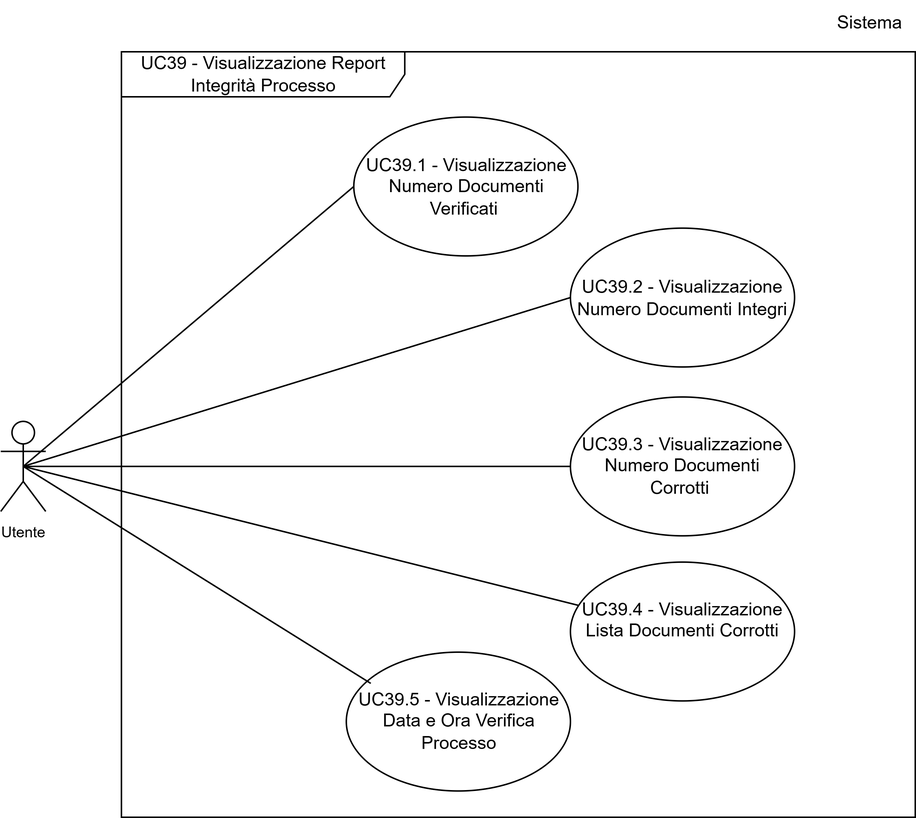
7-ZPUs/Docs keeps this draw.io diagram as assets/uml/IncUC39.png. Above is the earlier version. Source tidied: cells renumbered, new cells last; positions are measured from the earlier drawing's top-left corner, leaving out a move shared by most shapes. The source it was exported from:
```xml
<mxGraphModel>
  <root>
    <mxCell id="0" />
    <mxCell id="1" parent="0" />
    <mxCell id="2" value="&lt;div&gt;UC39.1 - Visualizzazione Numero Documenti Verificati&amp;nbsp;&lt;/div&gt;" style="ellipse;whiteSpace=wrap;html=1;" parent="1" vertex="1">
      <mxGeometry x="235.5" y="77.5" width="149.5" height="92.5" as="geometry" />
    </mxCell>
    <mxCell id="3" style="rounded=0;jettySize=auto;html=1;entryX=0;entryY=0.5;entryDx=0;entryDy=0;strokeColor=default;endArrow=none;endFill=0;exitX=0.5;exitY=0.5;exitDx=0;exitDy=0;exitPerimeter=0;" parent="1" edge="1" source="13" target="2">
      <mxGeometry relative="1" as="geometry" />
    </mxCell>
    <mxCell id="4" value="UC39 - Visualizzazione Report Integrità Processo" style="shape=umlFrame;whiteSpace=wrap;html=1;width=189;height=30;" parent="1" vertex="1">
      <mxGeometry x="80.5" y="34" width="529.5" height="510" as="geometry" />
    </mxCell>
    <mxCell id="5" value="&lt;div&gt;UC39.2 - Visualizzazione Numero Documenti Integri&lt;/div&gt;" style="ellipse;whiteSpace=wrap;html=1;" parent="1" vertex="1">
      <mxGeometry x="380" y="151.5" width="149.5" height="92.5" as="geometry" />
    </mxCell>
    <mxCell id="6" style="rounded=0;jettySize=auto;html=1;entryX=0;entryY=0.5;entryDx=0;entryDy=0;strokeColor=default;endArrow=none;endFill=0;exitX=0.5;exitY=0.5;exitDx=0;exitDy=0;exitPerimeter=0;" parent="1" edge="1" source="13" target="5">
      <mxGeometry relative="1" as="geometry" />
    </mxCell>
    <mxCell id="7" value="&lt;div&gt;UC39.3 - Visualizzazione Numero Documenti Corrotti&amp;nbsp;&lt;/div&gt;" style="ellipse;whiteSpace=wrap;html=1;" parent="1" vertex="1">
      <mxGeometry x="380" y="264" width="149.5" height="92.5" as="geometry" />
    </mxCell>
    <mxCell id="8" style="rounded=0;jettySize=auto;html=1;entryX=0;entryY=0.5;entryDx=0;entryDy=0;strokeColor=default;endArrow=none;endFill=0;exitX=0.5;exitY=0.5;exitDx=0;exitDy=0;exitPerimeter=0;" parent="1" edge="1" source="13" target="7">
      <mxGeometry relative="1" as="geometry" />
    </mxCell>
    <mxCell id="9" value=" UC39.4 - Visualizzazione Lista Documenti Corrotti&lt;div&gt;&lt;br/&gt;&lt;/div&gt;" style="ellipse;whiteSpace=wrap;html=1;" parent="1" vertex="1">
      <mxGeometry x="380" y="374" width="149.5" height="92.5" as="geometry" />
    </mxCell>
    <mxCell id="10" style="rounded=0;jettySize=auto;html=1;strokeColor=default;endArrow=none;endFill=0;exitX=0.5;exitY=0.5;exitDx=0;exitDy=0;exitPerimeter=0;" parent="1" edge="1" source="13" target="9">
      <mxGeometry relative="1" as="geometry" />
    </mxCell>
    <mxCell id="11" value="UC39.5 - Visualizzazione Data e Ora Verifica Processo" style="ellipse;whiteSpace=wrap;html=1;" parent="1" vertex="1">
      <mxGeometry x="230.5" y="434" width="149.5" height="92.5" as="geometry" />
    </mxCell>
    <mxCell id="12" style="rounded=0;jettySize=auto;html=1;entryX=0.109;entryY=0.225;entryDx=0;entryDy=0;strokeColor=default;endArrow=none;endFill=0;entryPerimeter=0;exitX=0.5;exitY=0.5;exitDx=0;exitDy=0;exitPerimeter=0;" parent="1" edge="1" source="13" target="11">
      <mxGeometry relative="1" as="geometry" />
    </mxCell>
    <mxCell id="13" value="&lt;font style=&quot;font-size: 10px;&quot;&gt;Utente&lt;/font&gt;" style="shape=umlActor;verticalLabelPosition=bottom;verticalAlign=top;html=1;outlineConnect=0;" parent="1" vertex="1">
      <mxGeometry y="280.2" width="30" height="60" as="geometry" />
    </mxCell>
    <mxCell id="14" value="&lt;font style=&quot;font-size: 12px;&quot;&gt;Sistema&lt;/font&gt;" style="text;html=1;whiteSpace=wrap;strokeColor=none;fillColor=none;align=center;verticalAlign=middle;rounded=0;fontSize=10;" parent="1" vertex="1">
      <mxGeometry x="550" width="60" height="30" as="geometry" />
    </mxCell>
  </root>
</mxGraphModel>
```
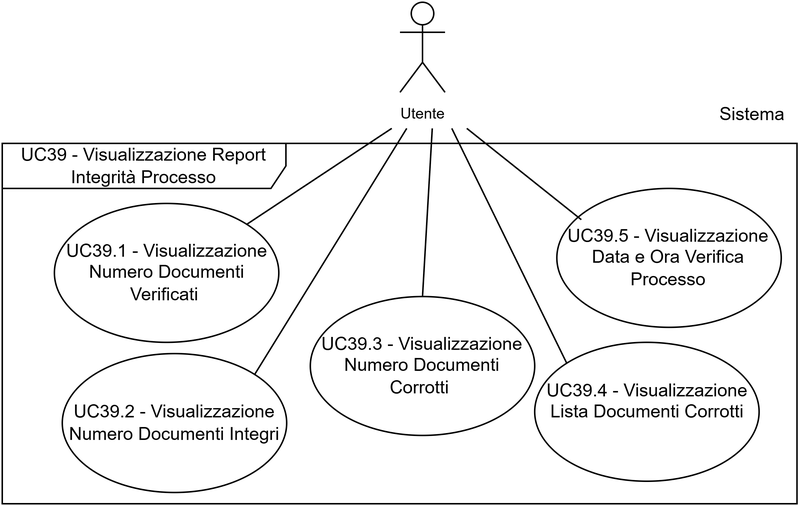
After the change.

What changed in the source:
```diff
@@ -3,43 +3,53 @@
     <mxCell id="0" />
     <mxCell id="1" parent="0" />
     <mxCell id="2" value="&lt;div&gt;UC39.1 - Visualizzazione Numero Documenti Verificati&amp;nbsp;&lt;/div&gt;" style="ellipse;whiteSpace=wrap;html=1;" parent="1" vertex="1">
-      <mxGeometry x="235.5" y="77.5" width="149.5" height="92.5" as="geometry" />
+      <mxGeometry x="644.8" y="-422" width="149.5" height="92.5" as="geometry" />
     </mxCell>
-    <mxCell id="3" style="rounded=0;jettySize=auto;html=1;entryX=0;entryY=0.5;entryDx=0;entryDy=0;strokeColor=default;endArrow=none;endFill=0;exitX=0.5;exitY=0.5;exitDx=0;exitDy=0;exitPerimeter=0;" parent="1" edge="1" source="13" target="2">
-      <mxGeometry relative="1" as="geometry" />
+    <mxCell id="3" style="rounded=0;jettySize=auto;html=1;entryX=1;entryY=0;entryDx=0;entryDy=0;strokeColor=default;endArrow=none;endFill=0;" parent="1" edge="1" target="2">
+      <mxGeometry relative="1" as="geometry">
+        <mxPoint x="869.5" y="-472" as="sourcePoint" />
+      </mxGeometry>
     </mxCell>
     <mxCell id="4" value="UC39 - Visualizzazione Report Integrità Processo" style="shape=umlFrame;whiteSpace=wrap;html=1;width=189;height=30;" parent="1" vertex="1">
-      <mxGeometry x="80.5" y="34" width="529.5" height="510" as="geometry" />
+      <mxGeometry x="610" y="-462" width="529.5" height="240" as="geometry" />
     </mxCell>
-    <mxCell id="5" value="&lt;div&gt;UC39.2 - Visualizzazione Numero Documenti Integri&lt;/div&gt;" style="ellipse;whiteSpace=wrap;html=1;" parent="1" vertex="1">
-      <mxGeometry x="380" y="151.5" width="149.5" height="92.5" as="geometry" />
+    <mxCell id="5" value="&lt;div&gt;UC39.3 - Visualizzazione Numero Documenti Corrotti&amp;nbsp;&lt;/div&gt;" style="ellipse;whiteSpace=wrap;html=1;" parent="1" vertex="1">
+      <mxGeometry x="815.2" y="-360" width="149.5" height="92.5" as="geometry" />
     </mxCell>
-    <mxCell id="6" style="rounded=0;jettySize=auto;html=1;entryX=0;entryY=0.5;entryDx=0;entryDy=0;strokeColor=default;endArrow=none;endFill=0;exitX=0.5;exitY=0.5;exitDx=0;exitDy=0;exitPerimeter=0;" parent="1" edge="1" source="13" target="5">
-      <mxGeometry relative="1" as="geometry" />
+    <mxCell id="6" style="rounded=0;jettySize=auto;html=1;entryX=0.5;entryY=0;entryDx=0;entryDy=0;strokeColor=default;endArrow=none;endFill=0;" parent="1" edge="1" target="5">
+      <mxGeometry relative="1" as="geometry">
+        <mxPoint x="896.5" y="-472" as="sourcePoint" />
+      </mxGeometry>
     </mxCell>
-    <mxCell id="7" value="&lt;div&gt;UC39.3 - Visualizzazione Numero Documenti Corrotti&amp;nbsp;&lt;/div&gt;" style="ellipse;whiteSpace=wrap;html=1;" parent="1" vertex="1">
-      <mxGeometry x="380" y="264" width="149.5" height="92.5" as="geometry" />
+    <mxCell id="7" value=" UC39.4 - Visualizzazione Lista Documenti Corrotti&lt;div&gt;&lt;br/&gt;&lt;/div&gt;" style="ellipse;whiteSpace=wrap;html=1;" parent="1" vertex="1">
+      <mxGeometry x="964.8" y="-329.5" width="149.5" height="92.5" as="geometry" />
     </mxCell>
-    <mxCell id="8" style="rounded=0;jettySize=auto;html=1;entryX=0;entryY=0.5;entryDx=0;entryDy=0;strokeColor=default;endArrow=none;endFill=0;exitX=0.5;exitY=0.5;exitDx=0;exitDy=0;exitPerimeter=0;" parent="1" edge="1" source="13" target="7">
-      <mxGeometry relative="1" as="geometry" />
+    <mxCell id="8" style="rounded=0;jettySize=auto;html=1;strokeColor=default;endArrow=none;endFill=0;entryX=0;entryY=0;entryDx=0;entryDy=0;" parent="1" edge="1" target="7">
+      <mxGeometry relative="1" as="geometry">
+        <mxPoint x="909.5" y="-472" as="sourcePoint" />
+      </mxGeometry>
     </mxCell>
-    <mxCell id="9" value=" UC39.4 - Visualizzazione Lista Documenti Corrotti&lt;div&gt;&lt;br/&gt;&lt;/div&gt;" style="ellipse;whiteSpace=wrap;html=1;" parent="1" vertex="1">
-      <mxGeometry x="380" y="374" width="149.5" height="92.5" as="geometry" />
+    <mxCell id="9" value="UC39.5 - Visualizzazione Data e Ora Verifica Processo" style="ellipse;whiteSpace=wrap;html=1;" parent="1" vertex="1">
+      <mxGeometry x="979.5" y="-432" width="149.5" height="92.5" as="geometry" />
     </mxCell>
-    <mxCell id="10" style="rounded=0;jettySize=auto;html=1;strokeColor=default;endArrow=none;endFill=0;exitX=0.5;exitY=0.5;exitDx=0;exitDy=0;exitPerimeter=0;" parent="1" edge="1" source="13" target="9">
-      <mxGeometry relative="1" as="geometry" />
+    <mxCell id="10" style="rounded=0;jettySize=auto;html=1;entryX=0.109;entryY=0.225;entryDx=0;entryDy=0;strokeColor=default;endArrow=none;endFill=0;entryPerimeter=0;" parent="1" edge="1" target="9">
+      <mxGeometry relative="1" as="geometry">
+        <mxPoint x="919.5" y="-472" as="sourcePoint" />
+      </mxGeometry>
     </mxCell>
-    <mxCell id="11" value="UC39.5 - Visualizzazione Data e Ora Verifica Processo" style="ellipse;whiteSpace=wrap;html=1;" parent="1" vertex="1">
-      <mxGeometry x="230.5" y="434" width="149.5" height="92.5" as="geometry" />
+    <mxCell id="11" value="&lt;font style=&quot;font-size: 10px;&quot;&gt;Utente&lt;/font&gt;" style="shape=umlActor;verticalLabelPosition=bottom;verticalAlign=top;html=1;outlineConnect=0;" parent="1" vertex="1">
+      <mxGeometry x="875" y="-556" width="30" height="60" as="geometry" />
     </mxCell>
-    <mxCell id="12" style="rounded=0;jettySize=auto;html=1;entryX=0.109;entryY=0.225;entryDx=0;entryDy=0;strokeColor=default;endArrow=none;endFill=0;entryPerimeter=0;exitX=0.5;exitY=0.5;exitDx=0;exitDy=0;exitPerimeter=0;" parent="1" edge="1" source="13" target="11">
-      <mxGeometry relative="1" as="geometry" />
+    <mxCell id="12" value="&lt;font style=&quot;font-size: 12px;&quot;&gt;Sistema&lt;/font&gt;" style="text;html=1;whiteSpace=wrap;strokeColor=none;fillColor=none;align=center;verticalAlign=middle;rounded=0;fontSize=10;" parent="1" vertex="1">
+      <mxGeometry x="1079.5" y="-496" width="60" height="30" as="geometry" />
     </mxCell>
-    <mxCell id="13" value="&lt;font style=&quot;font-size: 10px;&quot;&gt;Utente&lt;/font&gt;" style="shape=umlActor;verticalLabelPosition=bottom;verticalAlign=top;html=1;outlineConnect=0;" parent="1" vertex="1">
-      <mxGeometry y="280.2" width="30" height="60" as="geometry" />
+    <mxCell id="13" style="rounded=0;jettySize=auto;html=1;entryX=1;entryY=0;entryDx=0;entryDy=0;strokeColor=default;endArrow=none;endFill=0;" parent="1" edge="1" target="14">
+      <mxGeometry relative="1" as="geometry">
+        <mxPoint x="879.5" y="-472" as="sourcePoint" />
+      </mxGeometry>
     </mxCell>
-    <mxCell id="14" value="&lt;font style=&quot;font-size: 12px;&quot;&gt;Sistema&lt;/font&gt;" style="text;html=1;whiteSpace=wrap;strokeColor=none;fillColor=none;align=center;verticalAlign=middle;rounded=0;fontSize=10;" parent="1" vertex="1">
-      <mxGeometry x="550" width="60" height="30" as="geometry" />
+    <mxCell id="14" value="&lt;div&gt;UC39.2 - Visualizzazione Numero Documenti Integri&lt;/div&gt;" style="ellipse;whiteSpace=wrap;html=1;" parent="1" vertex="1">
+      <mxGeometry x="650" y="-322" width="149.5" height="92.5" as="geometry" />
     </mxCell>
   </root>
 </mxGraphModel>
```
